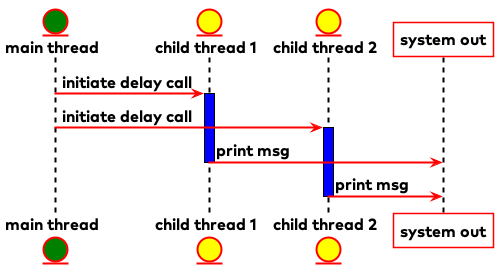
gklijs/kotlin-coroutines-demo keeps this PlantUML diagram as img/delayed.png. Above is the earlier version.
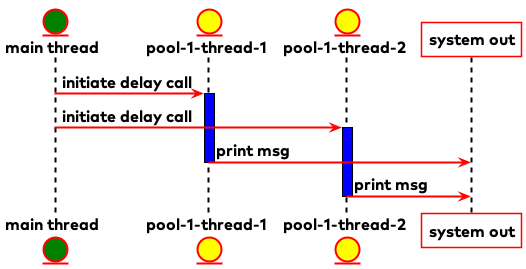
The same diagram one commit later.

Commit message:
Add delayed-coroutine diagram.

Diff of the diagram source:
```diff
@@ -17,8 +17,8 @@
     }
 
     entity "main thread" as mt #green
-    entity "child thread 1" as c1 #yellow
-    entity "child thread 2" as c2 #yellow
+    entity "pool-1-thread-1" as c1 #yellow
+    entity "pool-1-thread-2" as c2 #yellow
     participant "system out" as so #white
 
     mt -> c1 : initiate delay call
```
